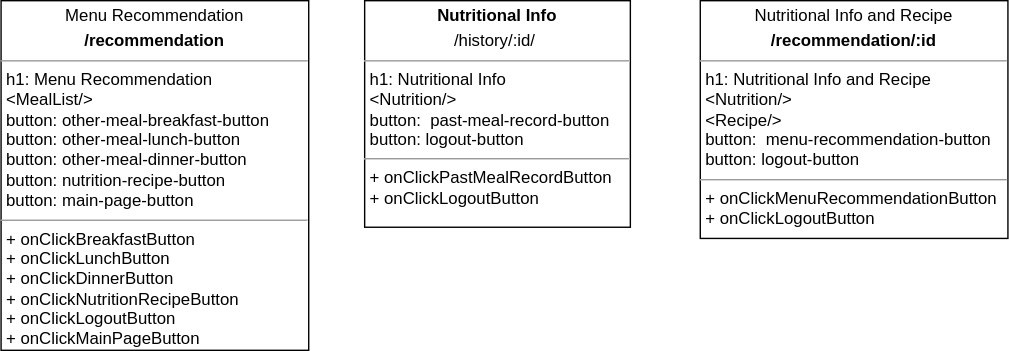
swsnu/swpp2021-team5 keeps this draw.io diagram as diagrams/영서 Diagram.drawio.svg. Above is the earlier version. Source tidied: cells renumbered, new cells last; positions are measured from the earlier drawing's top-left corner, leaving out a move shared by most shapes.
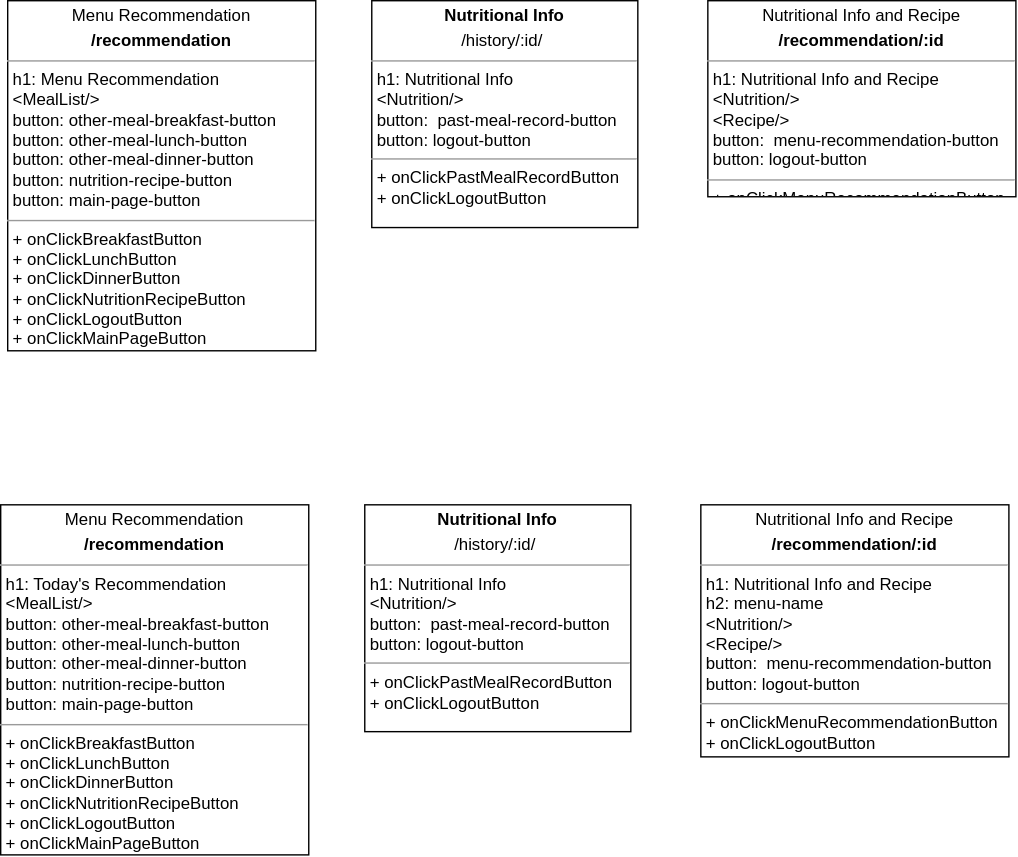
Above is the later version.

What changed in the source:
```diff
@@ -6,10 +6,19 @@
       <mxGeometry width="220" height="250" as="geometry" />
     </mxCell>
     <mxCell id="3" value="&lt;p style=&quot;margin: 0px ; margin-top: 4px ; text-align: center&quot;&gt;Nutritional Info and Recipe&lt;/p&gt;&lt;p style=&quot;margin: 0px ; margin-top: 4px ; text-align: center&quot;&gt;&lt;b&gt;/recommendation/:id&lt;/b&gt;&lt;/p&gt;&lt;hr size=&quot;1&quot;&gt;&lt;p style=&quot;margin: 0px ; margin-left: 4px&quot;&gt;h1: Nutritional Info and Recipe&lt;/p&gt;&lt;p style=&quot;margin: 0px ; margin-left: 4px&quot;&gt;&amp;lt;Nutrition/&amp;gt;&lt;/p&gt;&lt;p style=&quot;margin: 0px ; margin-left: 4px&quot;&gt;&amp;lt;Recipe/&amp;gt;&lt;/p&gt;&lt;p style=&quot;margin: 0px ; margin-left: 4px&quot;&gt;button:&amp;nbsp;&amp;nbsp;&lt;span style=&quot;text-align: center&quot;&gt;menu-recommendation-button&lt;/span&gt;&lt;/p&gt;&lt;p style=&quot;margin: 0px ; margin-left: 4px&quot;&gt;button: logout-button&amp;nbsp;&lt;br&gt;&lt;/p&gt;&lt;hr size=&quot;1&quot;&gt;&lt;p style=&quot;margin: 0px ; margin-left: 4px&quot;&gt;+ onClickMenuRecommendationButton&lt;br&gt;&lt;/p&gt;&lt;p style=&quot;margin: 0px ; margin-left: 4px&quot;&gt;+ onClickLogoutButton&lt;/p&gt;" style="verticalAlign=top;align=left;overflow=fill;fontSize=12;fontFamily=Helvetica;html=1;rounded=0;shadow=0;comic=0;labelBackgroundColor=none;strokeWidth=1;" parent="1" vertex="1">
-      <mxGeometry x="500" width="220" height="170" as="geometry" />
+      <mxGeometry x="500" width="220" height="140" as="geometry" />
     </mxCell>
     <mxCell id="4" value="&lt;p style=&quot;margin: 0px ; margin-top: 4px ; text-align: center&quot;&gt;&lt;b&gt;Nutritional Info&lt;/b&gt;&lt;/p&gt;&lt;p style=&quot;margin: 0px ; margin-top: 4px ; text-align: center&quot;&gt;/history/:id/&lt;b&gt;&amp;nbsp;&lt;/b&gt;&lt;/p&gt;&lt;hr size=&quot;1&quot;&gt;&lt;p style=&quot;margin: 0px 0px 0px 4px&quot;&gt;h1: Nutritional Info&lt;/p&gt;&lt;p style=&quot;margin: 0px 0px 0px 4px&quot;&gt;&amp;lt;Nutrition/&amp;gt;&lt;/p&gt;&lt;p style=&quot;margin: 0px 0px 0px 4px&quot;&gt;button:&amp;nbsp; past-meal-record-button&amp;nbsp;&lt;br&gt;&lt;/p&gt;&lt;p style=&quot;margin: 0px 0px 0px 4px&quot;&gt;button: logout-button&lt;/p&gt;&lt;hr size=&quot;1&quot;&gt;&lt;p style=&quot;margin: 0px 0px 0px 4px&quot;&gt;+ onClickPastMealRecordButton&lt;/p&gt;&lt;p style=&quot;margin: 0px 0px 0px 4px&quot;&gt;+ onClickLogoutButton&lt;/p&gt;" style="verticalAlign=top;align=left;overflow=fill;fontSize=12;fontFamily=Helvetica;html=1;" parent="1" vertex="1">
       <mxGeometry x="260" width="190" height="162" as="geometry" />
     </mxCell>
+    <mxCell id="5" value="&lt;p style=&quot;margin: 0px ; margin-top: 4px ; text-align: center&quot;&gt;Menu Recommendation&lt;/p&gt;&lt;p style=&quot;margin: 0px ; margin-top: 4px ; text-align: center&quot;&gt;&lt;b&gt;/recommendation&lt;/b&gt;&lt;/p&gt;&lt;hr size=&quot;1&quot;&gt;&lt;p style=&quot;margin: 0px ; margin-left: 4px&quot;&gt;h1: Today's Recommendation&lt;/p&gt;&lt;p style=&quot;margin: 0px ; margin-left: 4px&quot;&gt;&amp;lt;MealList/&amp;gt;&lt;/p&gt;&lt;p style=&quot;margin: 0px ; margin-left: 4px&quot;&gt;button:&amp;nbsp;&lt;span&gt;other-meal-breakfast-button&lt;/span&gt;&lt;/p&gt;&lt;p style=&quot;margin: 0px 0px 0px 4px&quot;&gt;button: other-meal-lunch-button&lt;/p&gt;&lt;p style=&quot;margin: 0px 0px 0px 4px&quot;&gt;button: other-meal-dinner-button&lt;/p&gt;&lt;p style=&quot;margin: 0px 0px 0px 4px&quot;&gt;button: nutrition-recipe-button&lt;/p&gt;&lt;p style=&quot;margin: 0px 0px 0px 4px&quot;&gt;button: main-page-button&lt;/p&gt;&lt;hr size=&quot;1&quot;&gt;&lt;p style=&quot;margin: 0px ; margin-left: 4px&quot;&gt;+ onClickBreakfastButton&lt;br&gt;+ onClickLunchButton&lt;/p&gt;&lt;p style=&quot;margin: 0px ; margin-left: 4px&quot;&gt;+ onClickDinnerButton&lt;/p&gt;&lt;p style=&quot;margin: 0px ; margin-left: 4px&quot;&gt;+ onClickNutritionRecipeButton&lt;/p&gt;&lt;p style=&quot;margin: 0px ; margin-left: 4px&quot;&gt;+ onClickLogoutButton&lt;/p&gt;&lt;p style=&quot;margin: 0px ; margin-left: 4px&quot;&gt;+ onClickMainPageButton&lt;/p&gt;" style="verticalAlign=top;align=left;overflow=fill;fontSize=12;fontFamily=Helvetica;html=1;rounded=0;shadow=0;comic=0;labelBackgroundColor=none;strokeWidth=1;" parent="1" vertex="1">
+      <mxGeometry x="-5" y="360" width="220" height="250" as="geometry" />
+    </mxCell>
+    <mxCell id="6" value="&lt;p style=&quot;margin: 0px ; margin-top: 4px ; text-align: center&quot;&gt;Nutritional Info and Recipe&lt;/p&gt;&lt;p style=&quot;margin: 0px ; margin-top: 4px ; text-align: center&quot;&gt;&lt;b&gt;/recommendation/:id&lt;/b&gt;&lt;/p&gt;&lt;hr size=&quot;1&quot;&gt;&lt;p style=&quot;margin: 0px ; margin-left: 4px&quot;&gt;h1: Nutritional Info and Recipe&lt;/p&gt;&lt;p style=&quot;margin: 0px ; margin-left: 4px&quot;&gt;h2: menu-name&lt;/p&gt;&lt;p style=&quot;margin: 0px ; margin-left: 4px&quot;&gt;&amp;lt;Nutrition/&amp;gt;&lt;/p&gt;&lt;p style=&quot;margin: 0px ; margin-left: 4px&quot;&gt;&amp;lt;Recipe/&amp;gt;&lt;/p&gt;&lt;p style=&quot;margin: 0px ; margin-left: 4px&quot;&gt;button:&amp;nbsp;&amp;nbsp;&lt;span style=&quot;text-align: center&quot;&gt;menu-recommendation-button&lt;/span&gt;&lt;/p&gt;&lt;p style=&quot;margin: 0px ; margin-left: 4px&quot;&gt;button: logout-button&amp;nbsp;&lt;br&gt;&lt;/p&gt;&lt;hr size=&quot;1&quot;&gt;&lt;p style=&quot;margin: 0px ; margin-left: 4px&quot;&gt;+ onClickMenuRecommendationButton&lt;br&gt;&lt;/p&gt;&lt;p style=&quot;margin: 0px ; margin-left: 4px&quot;&gt;+ onClickLogoutButton&lt;/p&gt;" style="verticalAlign=top;align=left;overflow=fill;fontSize=12;fontFamily=Helvetica;html=1;rounded=0;shadow=0;comic=0;labelBackgroundColor=none;strokeWidth=1;" parent="1" vertex="1">
+      <mxGeometry x="495" y="360" width="220" height="180" as="geometry" />
+    </mxCell>
+    <mxCell id="7" value="&lt;p style=&quot;margin: 0px ; margin-top: 4px ; text-align: center&quot;&gt;&lt;b&gt;Nutritional Info&lt;/b&gt;&lt;/p&gt;&lt;p style=&quot;margin: 0px ; margin-top: 4px ; text-align: center&quot;&gt;/history/:id/&lt;b&gt;&amp;nbsp;&lt;/b&gt;&lt;/p&gt;&lt;hr size=&quot;1&quot;&gt;&lt;p style=&quot;margin: 0px 0px 0px 4px&quot;&gt;h1: Nutritional Info&lt;/p&gt;&lt;p style=&quot;margin: 0px 0px 0px 4px&quot;&gt;&amp;lt;Nutrition/&amp;gt;&lt;/p&gt;&lt;p style=&quot;margin: 0px 0px 0px 4px&quot;&gt;button:&amp;nbsp; past-meal-record-button&amp;nbsp;&lt;br&gt;&lt;/p&gt;&lt;p style=&quot;margin: 0px 0px 0px 4px&quot;&gt;button: logout-button&lt;/p&gt;&lt;hr size=&quot;1&quot;&gt;&lt;p style=&quot;margin: 0px 0px 0px 4px&quot;&gt;+ onClickPastMealRecordButton&lt;/p&gt;&lt;p style=&quot;margin: 0px 0px 0px 4px&quot;&gt;+ onClickLogoutButton&lt;/p&gt;" style="verticalAlign=top;align=left;overflow=fill;fontSize=12;fontFamily=Helvetica;html=1;" parent="1" vertex="1">
+      <mxGeometry x="255" y="360" width="190" height="162" as="geometry" />
+    </mxCell>
   </root>
 </mxGraphModel>
```
